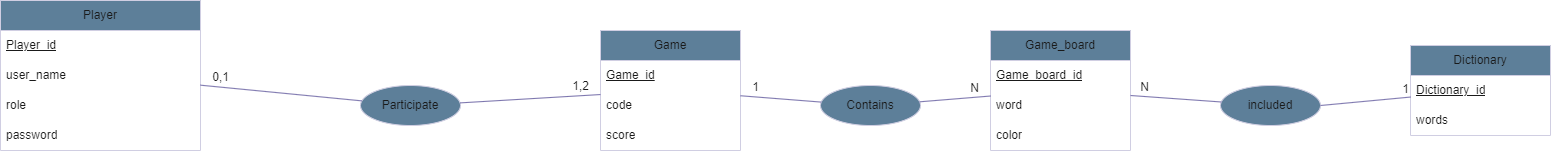
Earlier version of the draw.io export Diagramme/Diagramme entite relation.png (Noureddine-t/POLYNAMES). Source tidied: cells renumbered, new cells last; positions are measured from the earlier drawing's top-left corner, leaving out a move shared by most shapes.
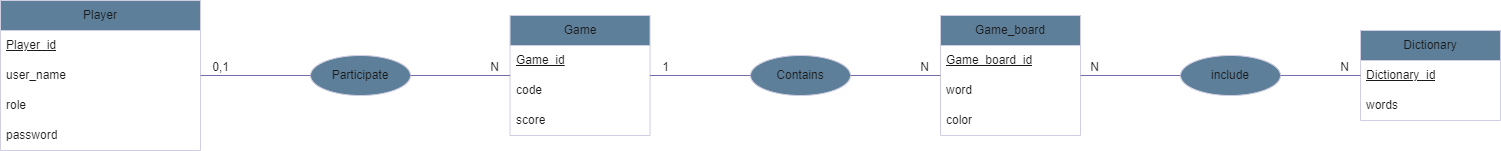
After the commit.

The edit, as a diff of the source:
```diff
@@ -3,7 +3,7 @@
     <mxCell id="0" />
     <mxCell id="1" parent="0" />
     <mxCell id="2" value="Player" style="swimlane;fontStyle=0;horizontal=1;startSize=30;whiteSpace=wrap;html=1;labelBackgroundColor=none;fillColor=#5D7F99;strokeColor=#D0CEE2;fontColor=#1A1A1A;" parent="1" vertex="1">
-      <mxGeometry width="200" height="150" as="geometry" />
+      <mxGeometry x="50" y="15" width="200" height="150" as="geometry" />
     </mxCell>
     <mxCell id="3" value="&lt;u&gt;Player_id&lt;/u&gt;" style="text;strokeColor=none;fillColor=none;align=left;verticalAlign=middle;spacingLeft=4;spacingRight=4;overflow=hidden;whiteSpace=wrap;html=1;labelBackgroundColor=none;fontColor=#1A1A1A;" parent="2" vertex="1">
       <mxGeometry y="30" width="200" height="30" as="geometry" />
@@ -27,7 +27,7 @@
       <mxGeometry y="60" width="140" height="30" as="geometry" />
     </mxCell>
     <mxCell id="10" value="Game" style="swimlane;fontStyle=0;horizontal=1;startSize=30;whiteSpace=wrap;html=1;labelBackgroundColor=none;fillColor=#5D7F99;strokeColor=#D0CEE2;fontColor=#1A1A1A;" parent="1" vertex="1">
-      <mxGeometry x="600" y="30" width="140" height="120" as="geometry" />
+      <mxGeometry x="559.5" y="30" width="140" height="120" as="geometry" />
     </mxCell>
     <mxCell id="11" value="&lt;u&gt;Game_id&lt;/u&gt;" style="text;strokeColor=none;fillColor=none;align=left;verticalAlign=middle;spacingLeft=4;spacingRight=4;overflow=hidden;whiteSpace=wrap;html=1;labelBackgroundColor=none;fontColor=#1A1A1A;" parent="10" vertex="1">
       <mxGeometry y="30" width="140" height="30" as="geometry" />
@@ -51,13 +51,13 @@
       <mxGeometry y="90" width="140" height="30" as="geometry" />
     </mxCell>
     <mxCell id="18" value="Contains" style="ellipse;whiteSpace=wrap;html=1;align=center;strokeColor=#D0CEE2;fontColor=#1A1A1A;fillColor=#5D7F99;" parent="1" vertex="1">
-      <mxGeometry x="820" y="85" width="100" height="40" as="geometry" />
+      <mxGeometry x="800" y="70" width="100" height="40" as="geometry" />
     </mxCell>
-    <mxCell id="19" value="included" style="ellipse;whiteSpace=wrap;html=1;align=center;strokeColor=#D0CEE2;fontColor=#1A1A1A;fillColor=#5D7F99;" parent="1" vertex="1">
-      <mxGeometry x="1220" y="85" width="100" height="40" as="geometry" />
+    <mxCell id="19" value="include" style="ellipse;whiteSpace=wrap;html=1;align=center;strokeColor=#D0CEE2;fontColor=#1A1A1A;fillColor=#5D7F99;" parent="1" vertex="1">
+      <mxGeometry x="1230" y="70" width="100" height="40" as="geometry" />
     </mxCell>
     <mxCell id="20" value="Participate" style="ellipse;whiteSpace=wrap;html=1;align=center;strokeColor=#D0CEE2;fontColor=#1A1A1A;fillColor=#5D7F99;" parent="1" vertex="1">
-      <mxGeometry x="360" y="85" width="100" height="40" as="geometry" />
+      <mxGeometry x="360" y="70" width="100" height="40" as="geometry" />
     </mxCell>
     <mxCell id="21" style="endArrow=none;html=1;rounded=0;strokeColor=#736CA8;fontColor=#1A1A1A;" parent="1" edge="1" source="20" target="2">
       <mxGeometry relative="1" as="geometry" />
@@ -70,7 +70,7 @@
     <mxCell id="23" style="endArrow=none;html=1;rounded=0;strokeColor=#736CA8;fontColor=#1A1A1A;" parent="1" edge="1" source="20" target="10">
       <mxGeometry relative="1" as="geometry" />
     </mxCell>
-    <mxCell id="24" value="1,2" style="html=1;whiteSpace=wrap;align=right;verticalAlign=bottom;strokeColor=#D0CEE2;fontColor=#1A1A1A;fillColor=#5D7F99;" parent="23" vertex="1">
+    <mxCell id="24" value="&lt;div&gt;&lt;br&gt;&lt;/div&gt;N" style="html=1;whiteSpace=wrap;align=right;verticalAlign=bottom;strokeColor=#D0CEE2;fontColor=#1A1A1A;fillColor=#5D7F99;" parent="23" vertex="1">
       <mxGeometry x="1" relative="1" as="geometry">
         <mxPoint x="-10" as="offset" />
       </mxGeometry>
@@ -102,8 +102,10 @@
     <mxCell id="31" style="endArrow=none;html=1;rounded=0;strokeColor=#736CA8;fontColor=#1A1A1A;exitX=1;exitY=0.5;exitDx=0;exitDy=0;" parent="1" edge="1" source="19" target="7">
       <mxGeometry relative="1" as="geometry" />
     </mxCell>
-    <mxCell id="32" value="1" style="html=1;whiteSpace=wrap;align=right;verticalAlign=bottom;strokeColor=#D0CEE2;fontColor=#1A1A1A;fillColor=#5D7F99;" parent="31" vertex="1">
-      <mxGeometry x="1" relative="1" as="geometry" />
+    <mxCell id="32" value="N" style="html=1;whiteSpace=wrap;align=right;verticalAlign=bottom;strokeColor=#D0CEE2;fontColor=#1A1A1A;fillColor=#5D7F99;" parent="31" vertex="1">
+      <mxGeometry x="1" relative="1" as="geometry">
+        <mxPoint x="-10" as="offset" />
+      </mxGeometry>
     </mxCell>
   </root>
 </mxGraphModel>
```
